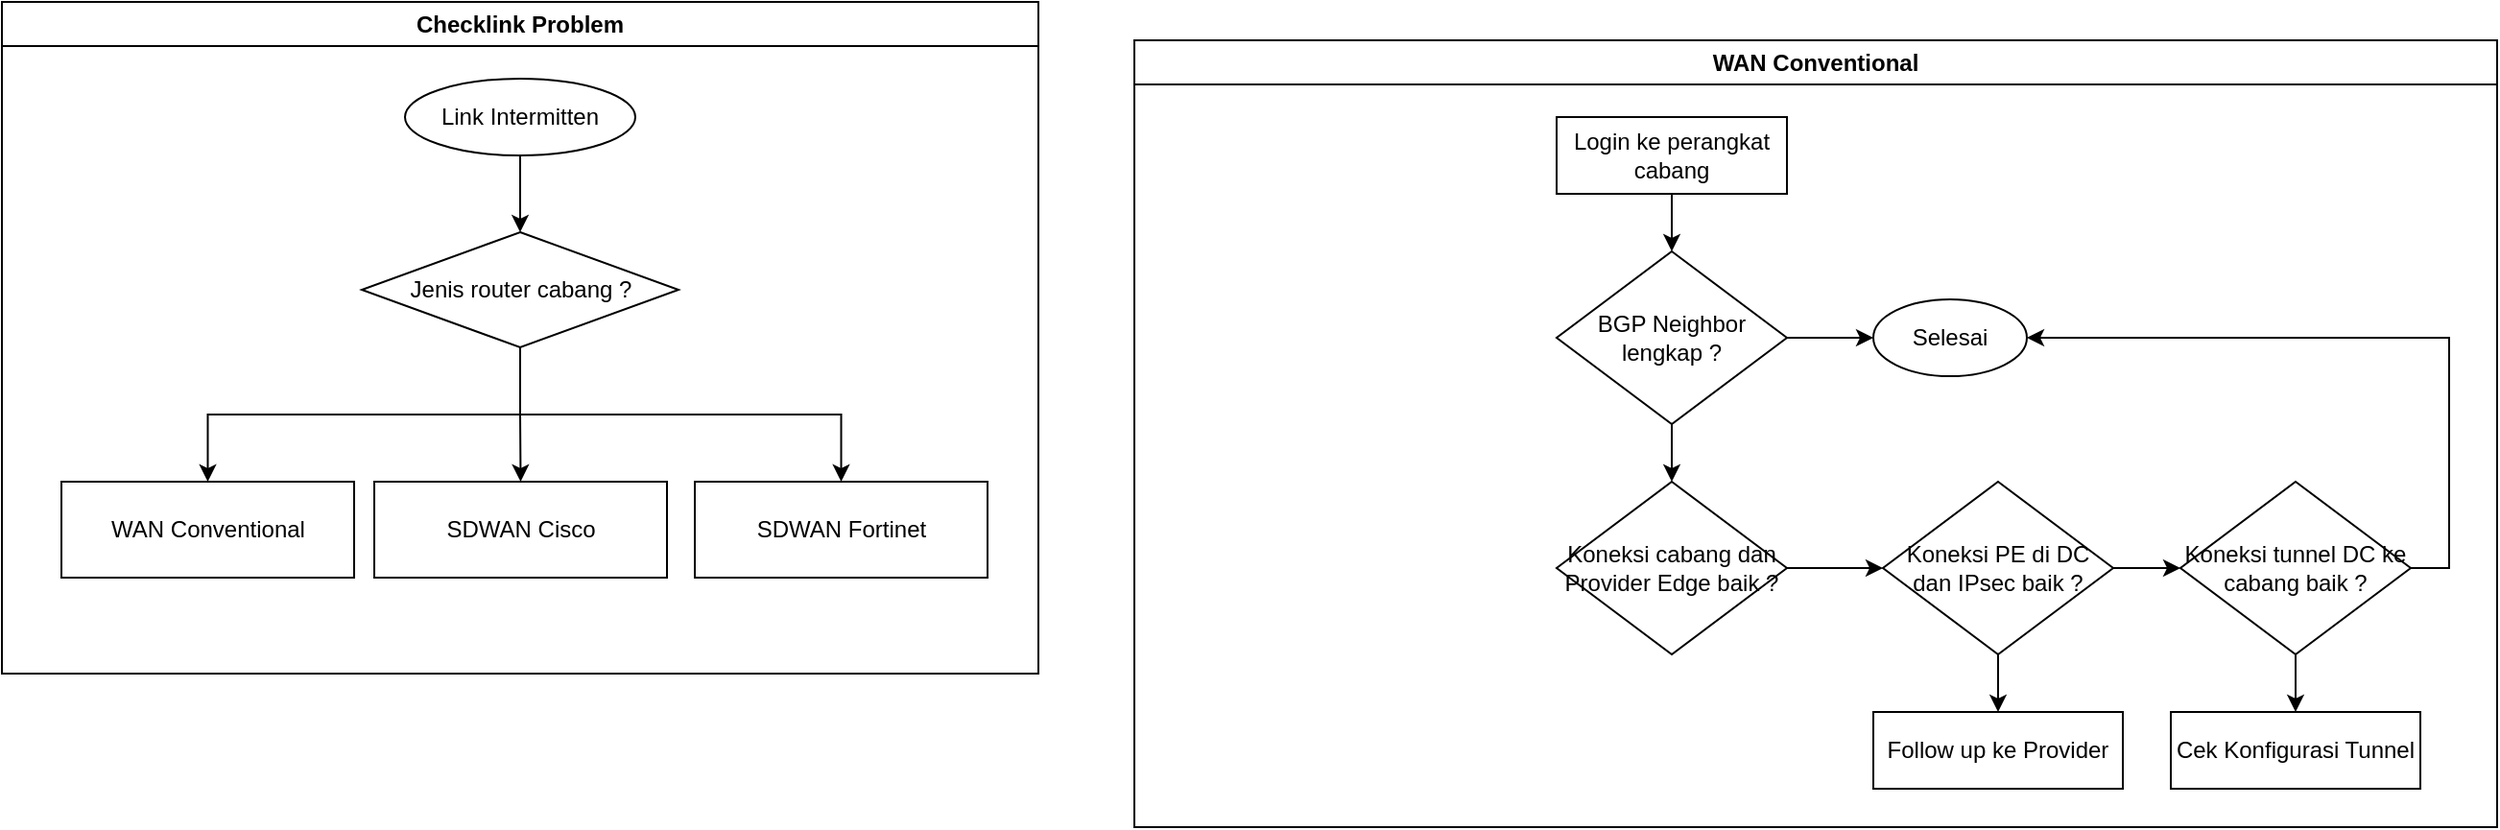
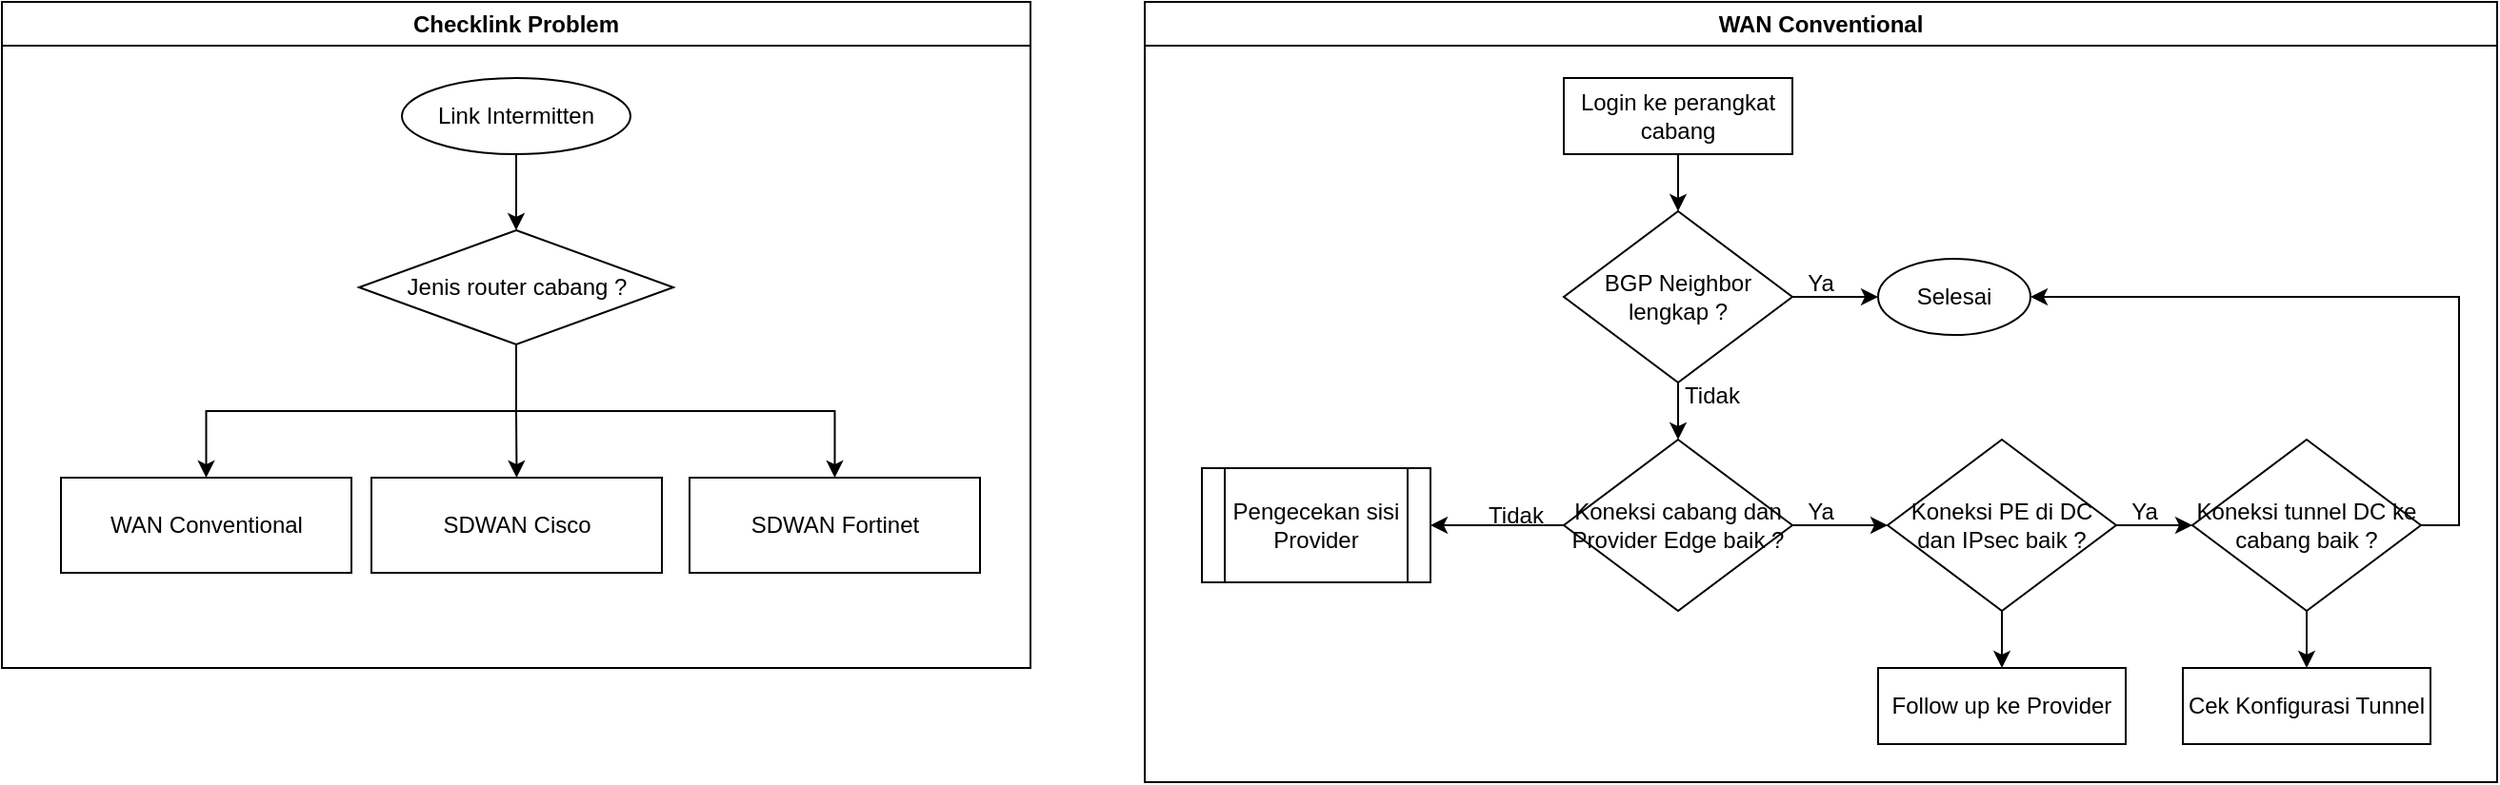
<mxfile host="app.diagrams.net">
  <diagram name="Page-1" id="9vhfLtuUu_MpJ2AiOVXD">
    <mxGraphModel dx="766" dy="454" grid="1" gridSize="10" guides="1" tooltips="1" connect="1" arrows="1" fold="1" page="1" pageScale="1" pageWidth="850" pageHeight="1100" math="0" shadow="0">
      <root>
        <mxCell id="0" />
        <mxCell id="1" parent="0" />
        <mxCell id="pEuGeytKHn6pjW4NDgE5-2" parent="1" style="swimlane;whiteSpace=wrap;html=1;" value="Checklink Problem" vertex="1">
          <mxGeometry height="350" width="540" x="10" y="10" as="geometry" />
        </mxCell>
        <mxCell id="P1elN6ceBegf7L-zKAY9-7" edge="1" parent="pEuGeytKHn6pjW4NDgE5-2" source="P1elN6ceBegf7L-zKAY9-3" style="edgeStyle=orthogonalEdgeStyle;rounded=0;orthogonalLoop=1;jettySize=auto;html=1;exitX=0.5;exitY=1;exitDx=0;exitDy=0;entryX=0.5;entryY=0;entryDx=0;entryDy=0;" target="P1elN6ceBegf7L-zKAY9-6">
          <mxGeometry relative="1" as="geometry" />
        </mxCell>
        <mxCell id="P1elN6ceBegf7L-zKAY9-3" parent="pEuGeytKHn6pjW4NDgE5-2" style="ellipse;whiteSpace=wrap;html=1;" value="Link Intermitten" vertex="1">
          <mxGeometry height="40" width="120" x="210" y="40" as="geometry" />
        </mxCell>
        <mxCell id="P1elN6ceBegf7L-zKAY9-11" edge="1" parent="pEuGeytKHn6pjW4NDgE5-2" source="P1elN6ceBegf7L-zKAY9-6" style="edgeStyle=orthogonalEdgeStyle;rounded=0;orthogonalLoop=1;jettySize=auto;html=1;exitX=0.5;exitY=1;exitDx=0;exitDy=0;" target="P1elN6ceBegf7L-zKAY9-8">
          <mxGeometry relative="1" as="geometry" />
        </mxCell>
        <mxCell id="P1elN6ceBegf7L-zKAY9-12" edge="1" parent="pEuGeytKHn6pjW4NDgE5-2" source="P1elN6ceBegf7L-zKAY9-6" style="edgeStyle=orthogonalEdgeStyle;rounded=0;orthogonalLoop=1;jettySize=auto;html=1;exitX=0.5;exitY=1;exitDx=0;exitDy=0;" target="P1elN6ceBegf7L-zKAY9-9">
          <mxGeometry relative="1" as="geometry" />
        </mxCell>
        <mxCell id="P1elN6ceBegf7L-zKAY9-13" edge="1" parent="pEuGeytKHn6pjW4NDgE5-2" source="P1elN6ceBegf7L-zKAY9-6" style="edgeStyle=orthogonalEdgeStyle;rounded=0;orthogonalLoop=1;jettySize=auto;html=1;exitX=0.5;exitY=1;exitDx=0;exitDy=0;" target="P1elN6ceBegf7L-zKAY9-10">
          <mxGeometry relative="1" as="geometry" />
        </mxCell>
        <mxCell id="P1elN6ceBegf7L-zKAY9-6" parent="pEuGeytKHn6pjW4NDgE5-2" style="rhombus;whiteSpace=wrap;html=1;" value="Jenis router cabang ?" vertex="1">
          <mxGeometry height="60" width="165" x="187.5" y="120" as="geometry" />
        </mxCell>
        <mxCell id="P1elN6ceBegf7L-zKAY9-8" parent="pEuGeytKHn6pjW4NDgE5-2" style="rounded=0;whiteSpace=wrap;html=1;" value="WAN Conventional" vertex="1">
          <mxGeometry height="50" width="152.5" x="31" y="250" as="geometry" />
        </mxCell>
        <mxCell id="P1elN6ceBegf7L-zKAY9-9" parent="pEuGeytKHn6pjW4NDgE5-2" style="rounded=0;whiteSpace=wrap;html=1;" value="SDWAN Cisco" vertex="1">
          <mxGeometry height="50" width="152.5" x="194" y="250" as="geometry" />
        </mxCell>
        <mxCell id="P1elN6ceBegf7L-zKAY9-10" parent="pEuGeytKHn6pjW4NDgE5-2" style="rounded=0;whiteSpace=wrap;html=1;" value="SDWAN Fortinet" vertex="1">
          <mxGeometry height="50" width="152.5" x="361" y="250" as="geometry" />
        </mxCell>
        <mxCell id="TYqNpPFM6TGwHHhuPpuI-11" parent="1" style="swimlane;whiteSpace=wrap;html=1;" value="WAN Conventional" vertex="1">
-           <mxGeometry height="410" width="710" x="600" y="30" as="geometry" />
+           <mxGeometry height="410" width="710" x="610" y="10" as="geometry" />
        </mxCell>
        <mxCell id="TYqNpPFM6TGwHHhuPpuI-14" edge="1" parent="TYqNpPFM6TGwHHhuPpuI-11" source="TYqNpPFM6TGwHHhuPpuI-12" style="edgeStyle=orthogonalEdgeStyle;rounded=0;orthogonalLoop=1;jettySize=auto;html=1;exitX=0.5;exitY=1;exitDx=0;exitDy=0;entryX=0.5;entryY=0;entryDx=0;entryDy=0;" target="TYqNpPFM6TGwHHhuPpuI-13">
          <mxGeometry relative="1" as="geometry" />
        </mxCell>
        <mxCell id="TYqNpPFM6TGwHHhuPpuI-12" parent="TYqNpPFM6TGwHHhuPpuI-11" style="rounded=0;whiteSpace=wrap;html=1;" value="Login ke perangkat cabang" vertex="1">
          <mxGeometry height="40" width="120" x="220" y="40" as="geometry" />
        </mxCell>
        <mxCell id="TYqNpPFM6TGwHHhuPpuI-20" edge="1" parent="TYqNpPFM6TGwHHhuPpuI-11" source="TYqNpPFM6TGwHHhuPpuI-13" style="edgeStyle=orthogonalEdgeStyle;rounded=0;orthogonalLoop=1;jettySize=auto;html=1;" target="TYqNpPFM6TGwHHhuPpuI-19" value="">
          <mxGeometry relative="1" as="geometry" />
        </mxCell>
        <mxCell id="TYqNpPFM6TGwHHhuPpuI-30" edge="1" parent="TYqNpPFM6TGwHHhuPpuI-11" source="TYqNpPFM6TGwHHhuPpuI-13" style="edgeStyle=orthogonalEdgeStyle;rounded=0;orthogonalLoop=1;jettySize=auto;html=1;exitX=1;exitY=0.5;exitDx=0;exitDy=0;entryX=0;entryY=0.5;entryDx=0;entryDy=0;" target="TYqNpPFM6TGwHHhuPpuI-16">
          <mxGeometry relative="1" as="geometry" />
        </mxCell>
        <mxCell id="TYqNpPFM6TGwHHhuPpuI-13" parent="TYqNpPFM6TGwHHhuPpuI-11" style="rhombus;whiteSpace=wrap;html=1;" value="BGP Neighbor lengkap ?" vertex="1">
          <mxGeometry height="90" width="120" x="220" y="110" as="geometry" />
        </mxCell>
        <mxCell id="TYqNpPFM6TGwHHhuPpuI-16" parent="TYqNpPFM6TGwHHhuPpuI-11" style="ellipse;whiteSpace=wrap;html=1;" value="Selesai" vertex="1">
          <mxGeometry height="40" width="80" x="385" y="135" as="geometry" />
        </mxCell>
        <mxCell id="TYqNpPFM6TGwHHhuPpuI-23" edge="1" parent="TYqNpPFM6TGwHHhuPpuI-11" source="TYqNpPFM6TGwHHhuPpuI-19" style="edgeStyle=orthogonalEdgeStyle;rounded=0;orthogonalLoop=1;jettySize=auto;html=1;" target="TYqNpPFM6TGwHHhuPpuI-22" value="">
          <mxGeometry relative="1" as="geometry" />
        </mxCell>
+         <mxCell id="TYqNpPFM6TGwHHhuPpuI-34" edge="1" parent="TYqNpPFM6TGwHHhuPpuI-11" source="TYqNpPFM6TGwHHhuPpuI-19" style="edgeStyle=orthogonalEdgeStyle;rounded=0;orthogonalLoop=1;jettySize=auto;html=1;exitX=0;exitY=0.5;exitDx=0;exitDy=0;entryX=1;entryY=0.5;entryDx=0;entryDy=0;" target="TYqNpPFM6TGwHHhuPpuI-33">
+           <mxGeometry relative="1" as="geometry" />
+         </mxCell>
        <mxCell id="TYqNpPFM6TGwHHhuPpuI-19" parent="TYqNpPFM6TGwHHhuPpuI-11" style="rhombus;whiteSpace=wrap;html=1;" value="Koneksi cabang dan Provider Edge baik ?" vertex="1">
          <mxGeometry height="90" width="120" x="220" y="230" as="geometry" />
        </mxCell>
        <mxCell id="TYqNpPFM6TGwHHhuPpuI-22" parent="TYqNpPFM6TGwHHhuPpuI-11" style="rhombus;whiteSpace=wrap;html=1;" value="Koneksi PE di DC dan IPsec baik ?" vertex="1">
          <mxGeometry height="90" width="120" x="390" y="230" as="geometry" />
        </mxCell>
        <mxCell id="TYqNpPFM6TGwHHhuPpuI-24" parent="TYqNpPFM6TGwHHhuPpuI-11" style="rounded=0;whiteSpace=wrap;html=1;" value="Follow up ke Provider" vertex="1">
          <mxGeometry height="40" width="130" x="385" y="350" as="geometry" />
        </mxCell>
        <mxCell id="TYqNpPFM6TGwHHhuPpuI-25" edge="1" parent="TYqNpPFM6TGwHHhuPpuI-11" source="TYqNpPFM6TGwHHhuPpuI-22" style="edgeStyle=orthogonalEdgeStyle;rounded=0;orthogonalLoop=1;jettySize=auto;html=1;exitX=0.5;exitY=1;exitDx=0;exitDy=0;entryX=0.5;entryY=0;entryDx=0;entryDy=0;" target="TYqNpPFM6TGwHHhuPpuI-24">
          <mxGeometry relative="1" as="geometry" />
        </mxCell>
        <mxCell id="TYqNpPFM6TGwHHhuPpuI-31" edge="1" parent="TYqNpPFM6TGwHHhuPpuI-11" source="TYqNpPFM6TGwHHhuPpuI-26" style="edgeStyle=orthogonalEdgeStyle;rounded=0;orthogonalLoop=1;jettySize=auto;html=1;exitX=1;exitY=0.5;exitDx=0;exitDy=0;entryX=1;entryY=0.5;entryDx=0;entryDy=0;" target="TYqNpPFM6TGwHHhuPpuI-16">
          <mxGeometry relative="1" as="geometry" />
        </mxCell>
        <mxCell id="TYqNpPFM6TGwHHhuPpuI-26" parent="TYqNpPFM6TGwHHhuPpuI-11" style="rhombus;whiteSpace=wrap;html=1;" value="Koneksi tunnel DC ke cabang baik ?" vertex="1">
-           <mxGeometry height="90" width="120" x="545" y="230" as="geometry" />
+           <mxGeometry height="90" width="120" x="550" y="230" as="geometry" />
        </mxCell>
        <mxCell id="TYqNpPFM6TGwHHhuPpuI-27" edge="1" parent="TYqNpPFM6TGwHHhuPpuI-11" source="TYqNpPFM6TGwHHhuPpuI-22" style="edgeStyle=orthogonalEdgeStyle;rounded=0;orthogonalLoop=1;jettySize=auto;html=1;" target="TYqNpPFM6TGwHHhuPpuI-26" value="">
          <mxGeometry relative="1" as="geometry" />
        </mxCell>
        <mxCell id="TYqNpPFM6TGwHHhuPpuI-28" parent="TYqNpPFM6TGwHHhuPpuI-11" style="rounded=0;whiteSpace=wrap;html=1;" value="Cek Konfigurasi Tunnel" vertex="1">
-           <mxGeometry height="40" width="130" x="540" y="350" as="geometry" />
+           <mxGeometry height="40" width="130" x="545" y="350" as="geometry" />
        </mxCell>
        <mxCell id="TYqNpPFM6TGwHHhuPpuI-29" edge="1" parent="TYqNpPFM6TGwHHhuPpuI-11" source="TYqNpPFM6TGwHHhuPpuI-26" style="edgeStyle=orthogonalEdgeStyle;rounded=0;orthogonalLoop=1;jettySize=auto;html=1;exitX=0.5;exitY=1;exitDx=0;exitDy=0;entryX=0.5;entryY=0;entryDx=0;entryDy=0;" target="TYqNpPFM6TGwHHhuPpuI-28">
          <mxGeometry relative="1" as="geometry" />
+         </mxCell>
+         <mxCell id="TYqNpPFM6TGwHHhuPpuI-33" parent="TYqNpPFM6TGwHHhuPpuI-11" style="shape=process;whiteSpace=wrap;html=1;backgroundOutline=1;" value="Pengecekan sisi Provider" vertex="1">
+           <mxGeometry height="60" width="120" x="30" y="245" as="geometry" />
+         </mxCell>
+         <mxCell id="TYqNpPFM6TGwHHhuPpuI-37" parent="TYqNpPFM6TGwHHhuPpuI-11" style="text;html=1;whiteSpace=wrap;strokeColor=none;fillColor=none;align=center;verticalAlign=middle;rounded=0;" value="Tidak" vertex="1">
+           <mxGeometry height="20" width="50" x="273" y="197" as="geometry" />
+         </mxCell>
+         <mxCell id="TYqNpPFM6TGwHHhuPpuI-38" parent="TYqNpPFM6TGwHHhuPpuI-11" style="text;html=1;whiteSpace=wrap;strokeColor=none;fillColor=none;align=center;verticalAlign=middle;rounded=0;" value="Tidak" vertex="1">
+           <mxGeometry height="20" width="50" x="170" y="260" as="geometry" />
+         </mxCell>
+         <mxCell id="TYqNpPFM6TGwHHhuPpuI-40" parent="TYqNpPFM6TGwHHhuPpuI-11" style="text;html=1;whiteSpace=wrap;strokeColor=none;fillColor=none;align=center;verticalAlign=middle;rounded=0;" value="Ya" vertex="1">
+           <mxGeometry height="20" width="50" x="330" y="258" as="geometry" />
+         </mxCell>
+         <mxCell id="TYqNpPFM6TGwHHhuPpuI-41" parent="TYqNpPFM6TGwHHhuPpuI-11" style="text;html=1;whiteSpace=wrap;strokeColor=none;fillColor=none;align=center;verticalAlign=middle;rounded=0;" value="Ya" vertex="1">
+           <mxGeometry height="20" width="50" x="500" y="258" as="geometry" />
+         </mxCell>
+         <mxCell id="TYqNpPFM6TGwHHhuPpuI-35" parent="1" style="text;html=1;whiteSpace=wrap;strokeColor=none;fillColor=none;align=center;verticalAlign=middle;rounded=0;" value="Ya" vertex="1">
+           <mxGeometry height="20" width="50" x="940" y="148" as="geometry" />
        </mxCell>
      </root>
    </mxGraphModel>
  </diagram>
</mxfile>
